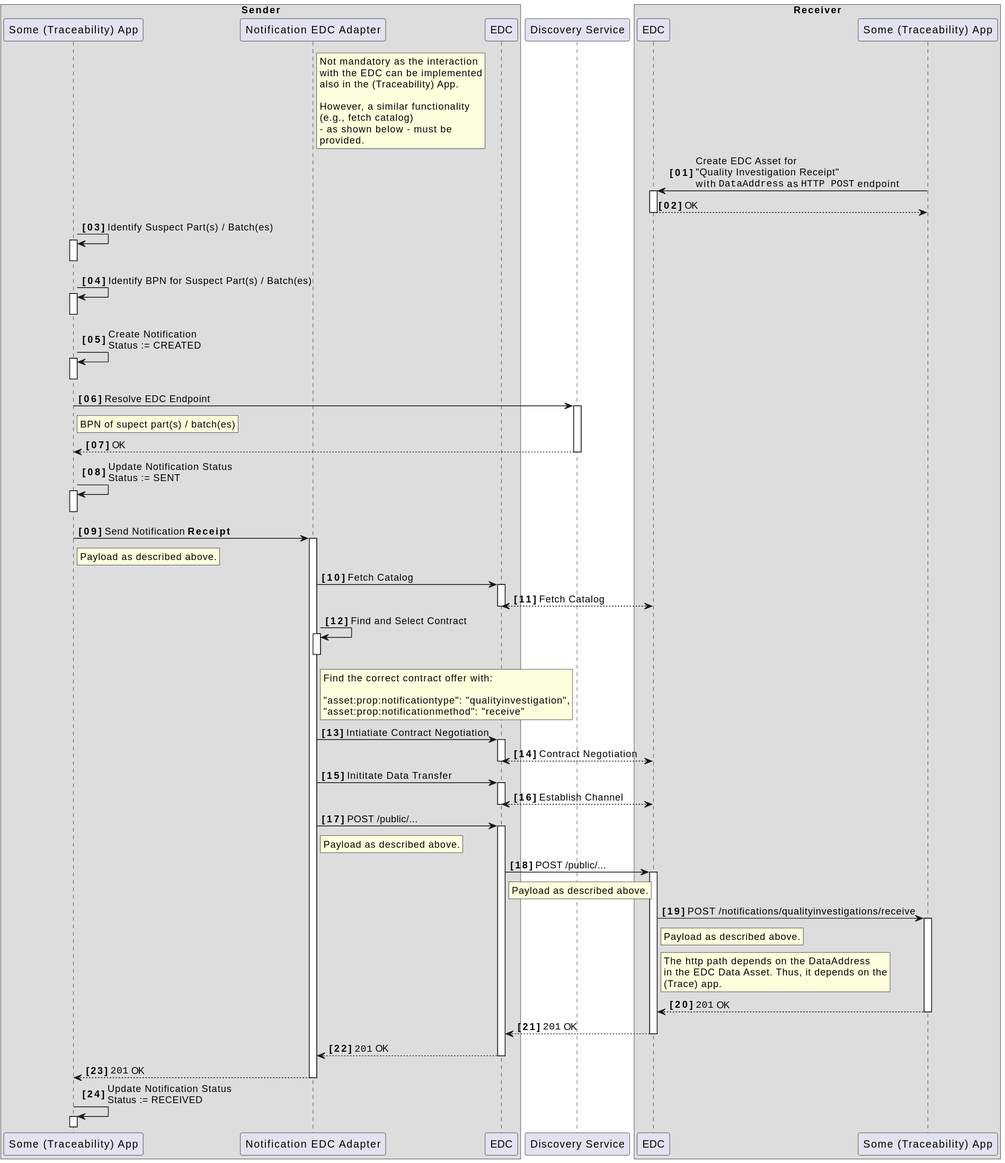
eclipse-tractusx/eclipse-tractusx.github.io keeps this PlantUML diagram as docs-kits/kits/Traceability Kit/diagrams/notification_send-receive.svg. Above is the earlier version.
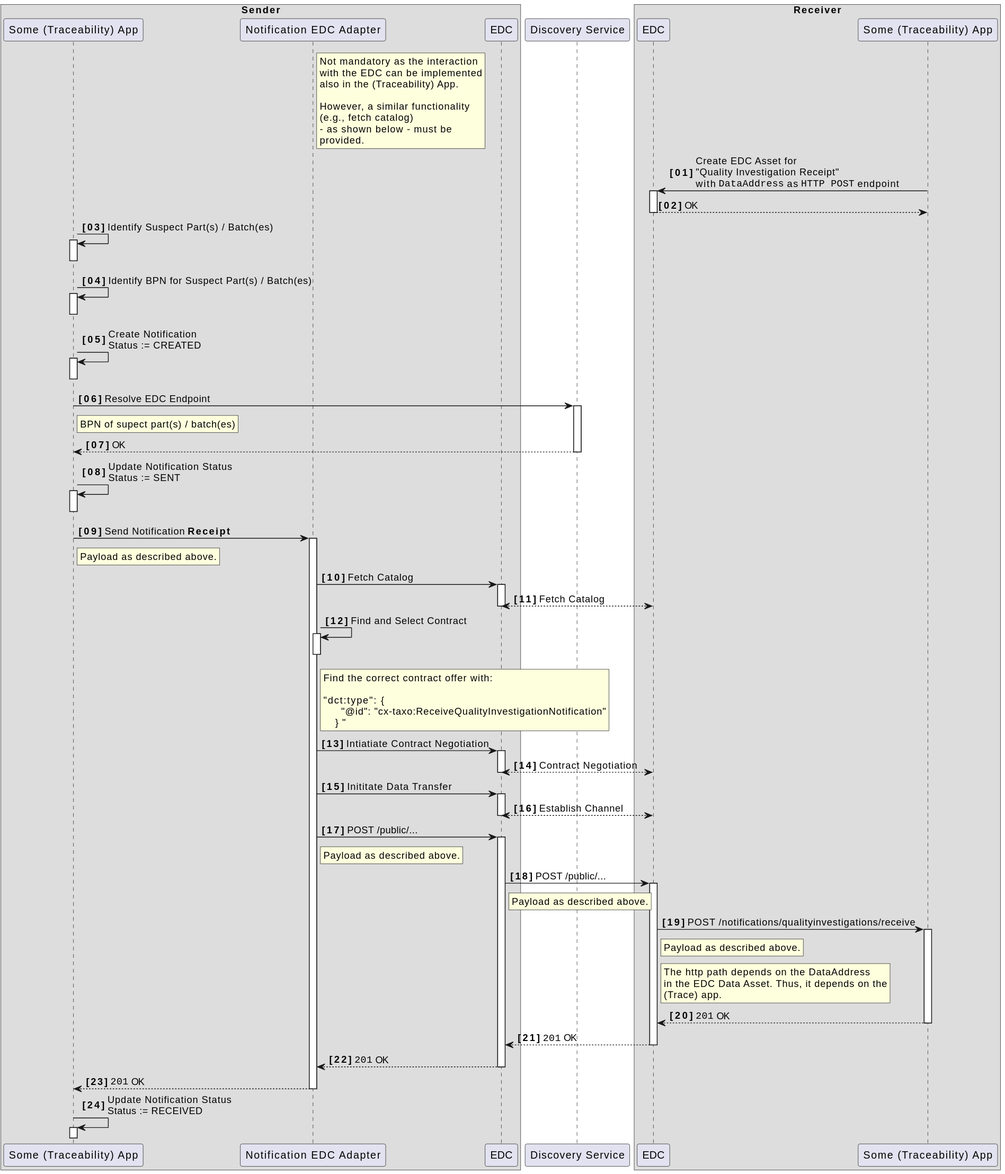
After the change.

What changed in the source:
```diff
@@ -48,8 +48,9 @@
 rnote right NAdapter
 Find the correct contract offer with:
 
-"asset:prop:notificationtype": "qualityinvestigation",
-"asset:prop:notificationmethod": "receive"
+"dct:type": {
+      "@id": "cx-taxo:ReceiveQualityInvestigationNotification"
+    }"
 end rnote
 deactivate NAdapter
 NAdapter -> SEDC: Intiatiate Contract Negotiation
```
